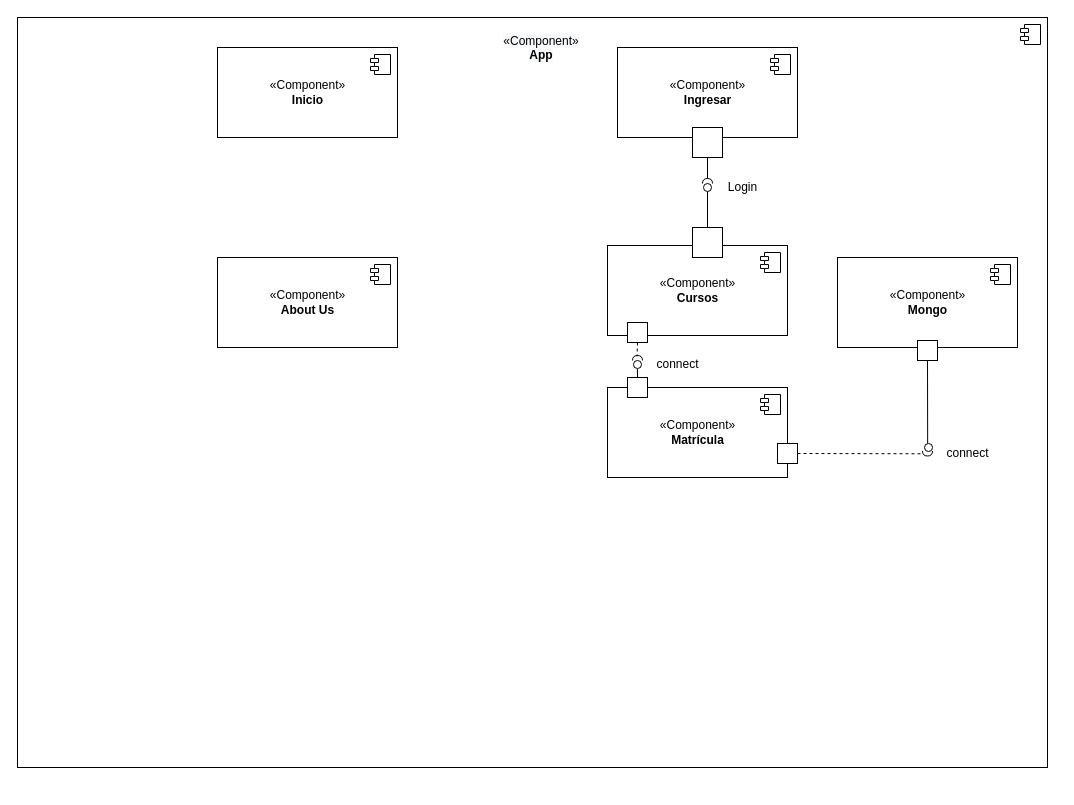
Above: Untitled Diagram.drawio in Skyware-Developer/software3-apuntes (draw.io), before the change. Source tidied: cells renumbered, new cells numbered last; positions are measured from the earlier drawing's top-left corner, leaving out a move shared by most shapes. Both pictures are drawn from the tidied source at 100%, with x=0, y=0 at pixel (17, 17).
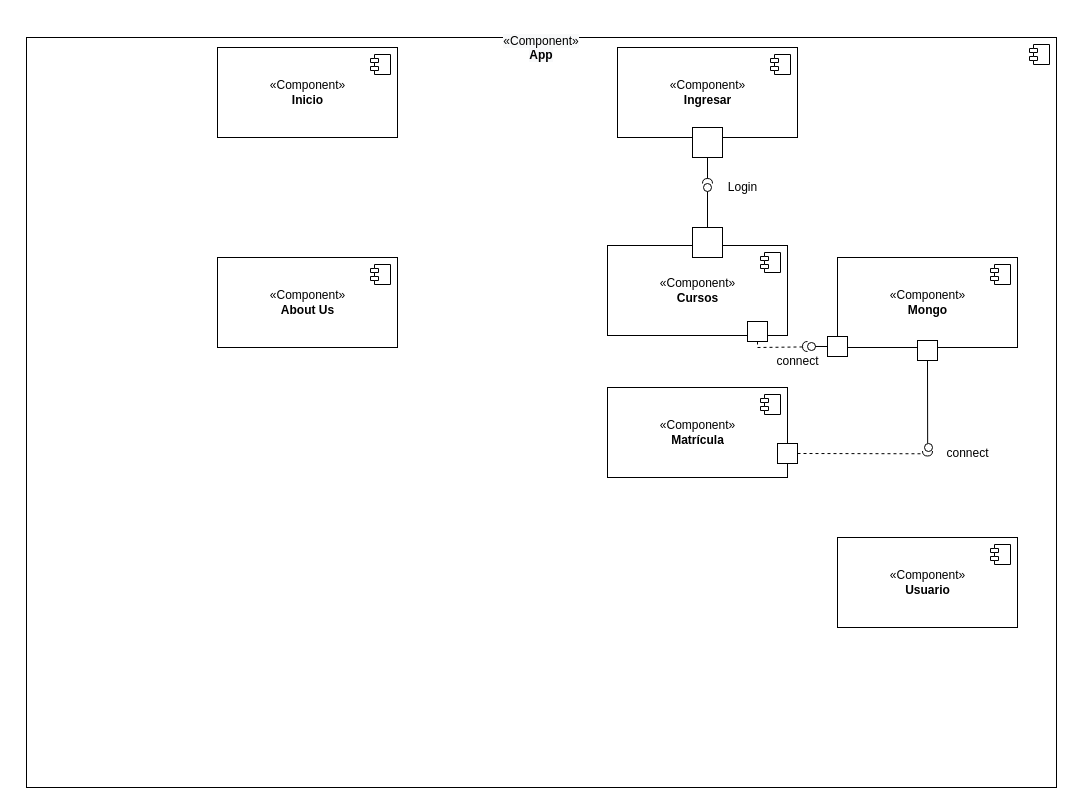
After the change.

Commit message:
Creacion componente Usuario

The edit, as a diff of the source:
```diff
@@
     <mxCell id="2" style="html=1;" parent="1" vertex="1">
-      <mxGeometry width="1030" height="750" as="geometry" />
+      <mxGeometry x="9" y="20" width="1030" height="750" as="geometry" />
     </mxCell>
@@
     <mxCell id="29" style="html=1;rounded=0;" parent="1" vertex="1">
-      <mxGeometry x="610" y="360" width="20" height="20" as="geometry" />
+      <mxGeometry x="810" y="319" width="20" height="20" as="geometry" />
     </mxCell>
-    <mxCell id="30" style="endArrow=none;html=1;rounded=0;align=center;verticalAlign=top;endFill=0;labelBackgroundColor=none;endSize=2;exitX=0.5;exitY=0;exitDx=0;exitDy=0;entryX=0.514;entryY=1.06;entryDx=0;entryDy=0;entryPerimeter=0;" parent="1" edge="1" source="29" target="31">
+    <mxCell id="30" style="endArrow=none;html=1;rounded=0;align=center;verticalAlign=top;endFill=0;labelBackgroundColor=none;endSize=2;exitX=0;exitY=0.5;exitDx=0;exitDy=0;entryX=0.02;entryY=0.496;entryDx=0;entryDy=0;entryPerimeter=0;" parent="1" edge="1" source="29" target="31">
       <mxGeometry relative="1" as="geometry" />
     </mxCell>
     <mxCell id="31" style="ellipse;html=1;fontSize=11;align=center;fillColor=none;points=[];verticalAlign=bottom;labelPosition=center;verticalLabelPosition=top;flipH=1;" parent="1" vertex="1">
-      <mxGeometry x="616" y="343" width="8" height="8" as="geometry" />
+      <mxGeometry x="790" y="325" width="8" height="8" as="geometry" />
     </mxCell>
     <mxCell id="32" style="html=1;rounded=0;" parent="1" vertex="1">
-      <mxGeometry x="610" y="305" width="20" height="20" as="geometry" />
+      <mxGeometry x="730" y="304" width="20" height="20" as="geometry" />
     </mxCell>
     <mxCell id="33" style="endArrow=none;html=1;rounded=0;align=center;verticalAlign=top;endFill=0;labelBackgroundColor=none;endSize=2;exitX=0.5;exitY=1;exitDx=0;exitDy=0;entryX=0.829;entryY=0.543;entryDx=0;entryDy=0;entryPerimeter=0;dashed=1;" parent="1" edge="1" source="32" target="34">
-      <mxGeometry relative="1" as="geometry" />
+      <mxGeometry relative="1" as="geometry">
+        <Array as="points">
+          <mxPoint x="740" y="330" />
+        </Array>
+      </mxGeometry>
     </mxCell>
-    <mxCell id="34" style="shape=requiredInterface;html=1;fontSize=11;align=center;fillColor=none;points=[];verticalAlign=bottom;labelPosition=center;verticalLabelPosition=top;flipH=1;direction=north;" parent="1" vertex="1">
-      <mxGeometry x="615" y="338" width="10" height="5" as="geometry" />
+    <mxCell id="34" style="shape=requiredInterface;html=1;fontSize=11;align=center;fillColor=none;points=[];verticalAlign=bottom;labelPosition=center;verticalLabelPosition=top;flipH=1;direction=east;" parent="1" vertex="1">
+      <mxGeometry x="785" y="324" width="5" height="10" as="geometry" />
     </mxCell>
     <mxCell id="35" value="connect" style="text;html=1;align=center;verticalAlign=middle;strokeColor=none;fillColor=none;" parent="1" vertex="1">
-      <mxGeometry x="630" y="337" width="60" height="20" as="geometry" />
+      <mxGeometry x="750" y="334" width="60" height="20" as="geometry" />
     </mxCell>
@@
+    <mxCell id="39" value="«Component»&lt;br&gt;&lt;b&gt;Usuario&lt;/b&gt;" style="html=1;" parent="1" vertex="1">
+      <mxGeometry x="820" y="520" width="180" height="90" as="geometry" />
+    </mxCell>
+    <mxCell id="40" style="shape=module;jettyWidth=8;jettyHeight=4;" parent="39" vertex="1">
+      <mxGeometry x="1" width="20" height="20" relative="1" as="geometry">
+        <mxPoint x="-27" y="7" as="offset" />
+      </mxGeometry>
+    </mxCell>
```
